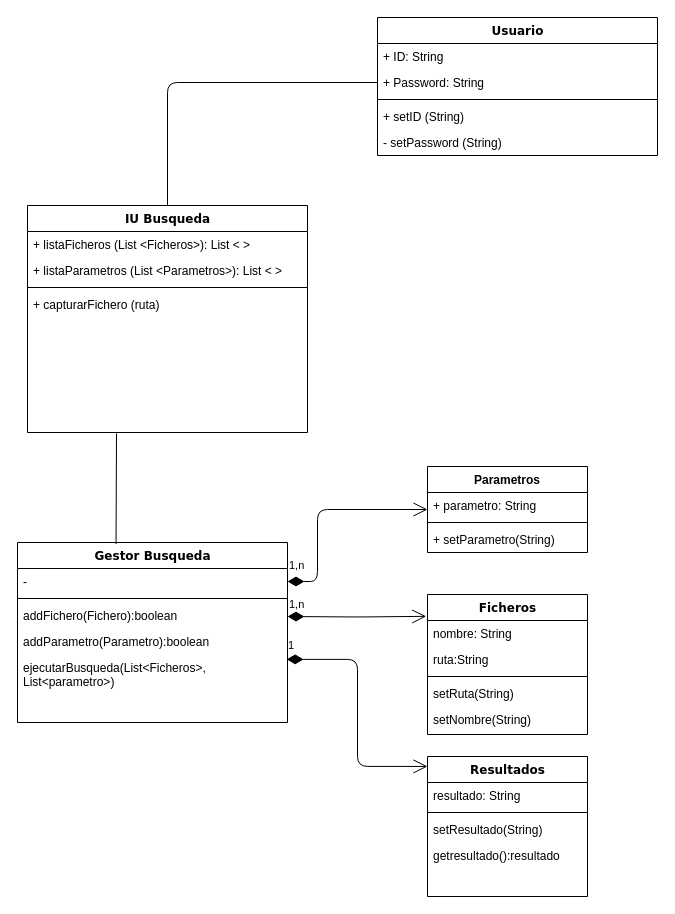
This is Sprint 1/Untitled Diagram.drawio from DptoSIC/BuscaBOD, a draw.io file, before an edit. Source tidied: cells renumbered, new cells numbered last; positions are measured from the earlier drawing's top-left corner, leaving out a move shared by most shapes. Both pictures are drawn from the tidied source at 100%, with x=0, y=0 at pixel (17, 17).
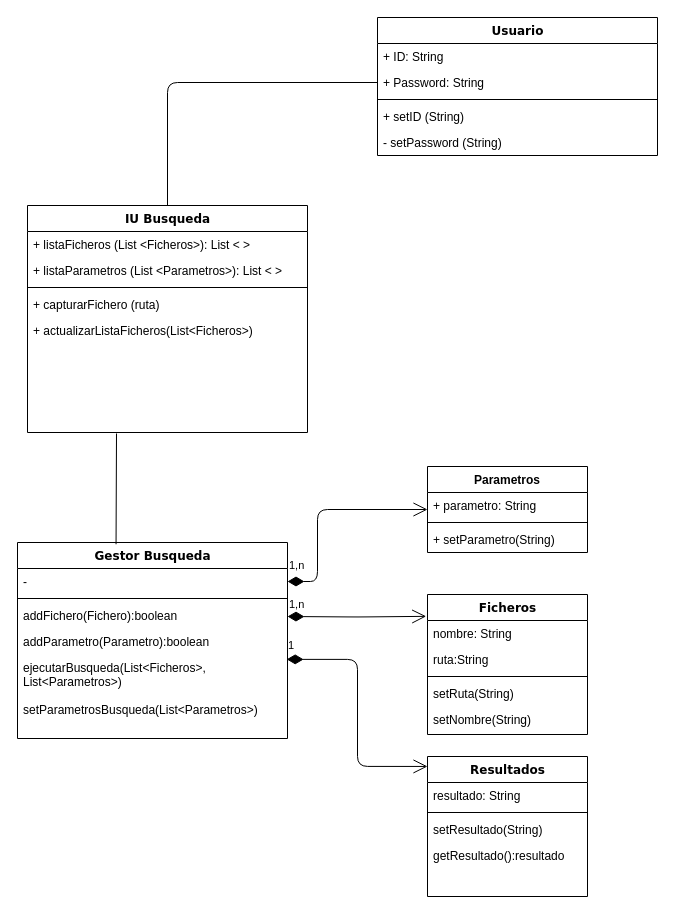
The same page after the edit.

Unchanged cells that the change refers to:
```xml
<mxCell id="2" value="IU Busqueda" style="swimlane;html=1;fontStyle=1;align=center;verticalAlign=top;horizontal=1;startSize=26;swimlaneFillColor=#ffffff;rounded=0;shadow=0;comic=0;labelBackgroundColor=none;strokeColor=#000000;strokeWidth=1;fillColor=none;fontFamily=Verdana;fontSize=12;fontColor=#000000;" parent="1" vertex="1">
  <mxGeometry x="10" y="188" width="280" height="227" as="geometry" />
</mxCell>
<mxCell id="26" value="Resultados" style="swimlane;html=1;fontStyle=1;align=center;verticalAlign=top;horizontal=1;startSize=26;swimlaneFillColor=#ffffff;rounded=0;shadow=0;comic=0;labelBackgroundColor=none;strokeColor=#000000;strokeWidth=1;fillColor=none;fontFamily=Verdana;fontSize=12;fontColor=#000000;" parent="1" vertex="1">
  <mxGeometry x="410" y="739" width="160" height="140" as="geometry" />
</mxCell>
```

What changed in the source:
```diff
@@
+    <mxCell id="39" value="+ actualizarListaFicheros(List&amp;lt;Ficheros&amp;gt;)" style="text;html=1;strokeColor=none;fillColor=none;align=left;verticalAlign=top;spacingLeft=4;spacingRight=4;whiteSpace=wrap;overflow=hidden;" parent="2" vertex="1">
+      <mxGeometry y="112" width="280" height="26" as="geometry" />
+    </mxCell>
     <mxCell id="7" value="Gestor Busqueda" style="swimlane;html=1;fontStyle=1;align=center;verticalAlign=top;horizontal=1;startSize=26;swimlaneFillColor=#ffffff;rounded=0;shadow=0;comic=0;labelBackgroundColor=none;strokeColor=#000000;strokeWidth=1;fillColor=none;fontFamily=Verdana;fontSize=12;fontColor=#000000;" parent="1" vertex="1">
-      <mxGeometry y="525" width="270" height="180" as="geometry" />
+      <mxGeometry y="525" width="270" height="196" as="geometry" />
     </mxCell>
@@
-    <mxCell id="12" value="ejecutarBusqueda(List&amp;lt;Ficheros&amp;gt;, List&amp;lt;parametro&amp;gt;)" style="text;html=1;strokeColor=none;fillColor=none;align=left;verticalAlign=top;spacingLeft=4;spacingRight=4;whiteSpace=wrap;overflow=hidden;points=[[0,0.5],[1,0.5]];portConstraint=eastwest;" parent="7" vertex="1">
+    <mxCell id="12" value="ejecutarBusqueda(List&amp;lt;Ficheros&amp;gt;, List&amp;lt;Parametros&amp;gt;)" style="text;html=1;strokeColor=none;fillColor=none;align=left;verticalAlign=top;spacingLeft=4;spacingRight=4;whiteSpace=wrap;overflow=hidden;points=[[0,0.5],[1,0.5]];portConstraint=eastwest;" parent="7" vertex="1">
       <mxGeometry y="112" width="270" height="42" as="geometry" />
     </mxCell>
+    <mxCell id="40" value="&lt;font&gt;setParametrosBusqueda(List&amp;lt;Parametros&amp;gt;)&lt;/font&gt;" style="text;html=1;strokeColor=none;fillColor=none;align=left;verticalAlign=top;spacingLeft=4;spacingRight=4;whiteSpace=wrap;overflow=hidden;" parent="7" vertex="1">
+      <mxGeometry y="154" width="270" height="42" as="geometry" />
+    </mxCell>
@@
-    <mxCell id="30" value="getresultado():resultado" style="text;html=1;strokeColor=none;fillColor=none;align=left;verticalAlign=top;spacingLeft=4;spacingRight=4;whiteSpace=wrap;overflow=hidden;" parent="26" vertex="1">
+    <mxCell id="30" value="getResultado():resultado" style="text;html=1;strokeColor=none;fillColor=none;align=left;verticalAlign=top;spacingLeft=4;spacingRight=4;whiteSpace=wrap;overflow=hidden;" parent="26" vertex="1">
       <mxGeometry y="86" width="160" height="26" as="geometry" />
     </mxCell>
```
